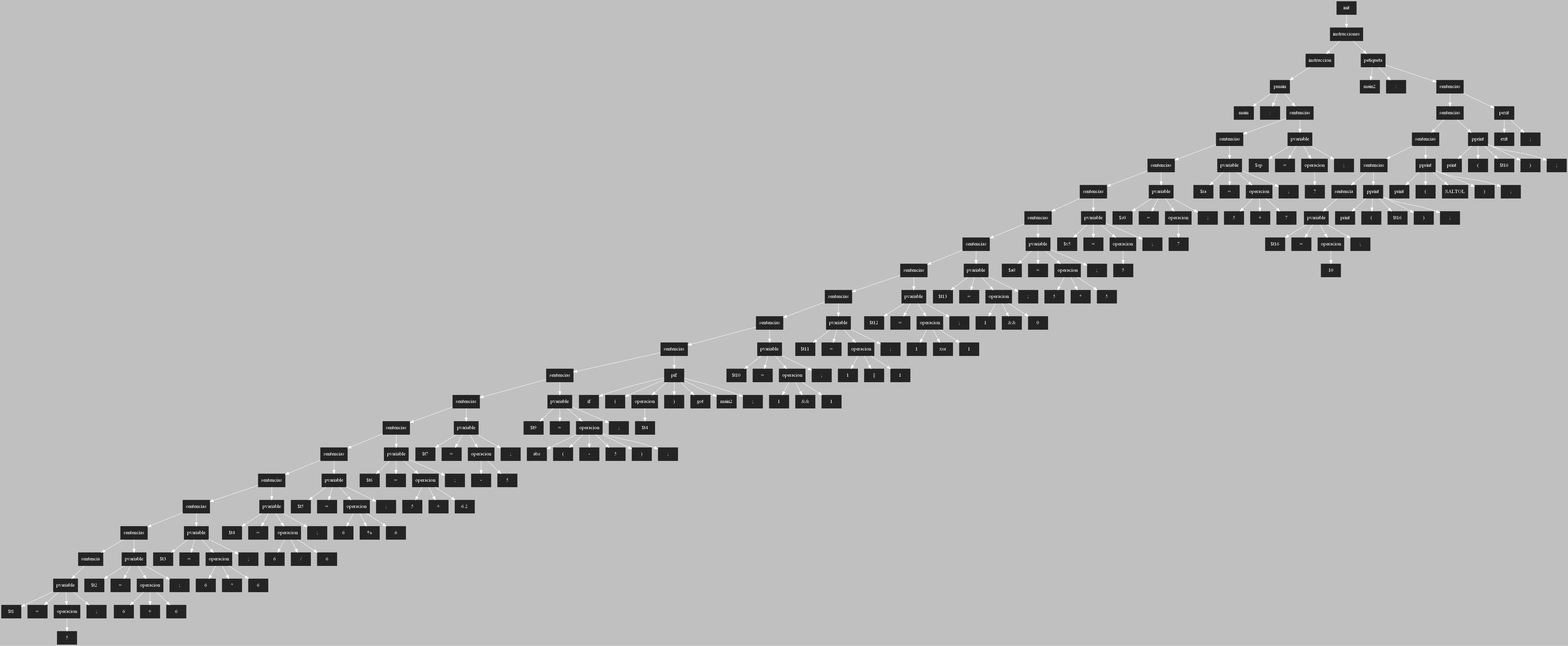
Before: ASPAscendente.png, a diagram exported from Graphviz (AndreeAvalos/OLC2-AUGUS). Its source is kept beside it as ASPAscendente.dot.
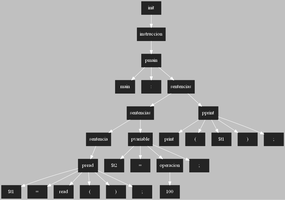
Later version of the same file.

What changed in the source:
```diff
@@ -3,400 +3,58 @@
  [shape=box, style=filled, color=gray14]
  rankdir=UD
  edge[color=white, dir=fordware]
-198[style = "filled" ; label = "init"]
-197[style = "filled" ; label = "instrucciones"]
-161[style = "filled" ; label = "instruccion"]
-158[style = "filled" ; label = "pmain"]
-159[style = "filled" ; label = "main"]
-160[style = "filled" ; label = ":"]
-157[style = "filled" ; label = "sentencias"]
-150[style = "filled" ; label = "sentencias"]
-141[style = "filled" ; label = "sentencias"]
-134[style = "filled" ; label = "sentencias"]
-127[style = "filled" ; label = "sentencias"]
-118[style = "filled" ; label = "sentencias"]
-109[style = "filled" ; label = "sentencias"]
-100[style = "filled" ; label = "sentencias"]
-91[style = "filled" ; label = "sentencias"]
-82[style = "filled" ; label = "sentencias"]
-72[style = "filled" ; label = "sentencias"]
-60[style = "filled" ; label = "sentencias"]
-52[style = "filled" ; label = "sentencias"]
-43[style = "filled" ; label = "sentencias"]
-34[style = "filled" ; label = "sentencias"]
-25[style = "filled" ; label = "sentencias"]
-16[style = "filled" ; label = "sentencias"]
-7[style = "filled" ; label = "sentencia"]
-3[style = "filled" ; label = "pvariable"]
-4[style = "filled" ; label = "$t1"]
-5[style = "filled" ; label = "="]
-2[style = "filled" ; label = "operacion"]
-1[style = "filled" ; label = "5"]
-6[style = "filled" ; label = ";"]
-12[style = "filled" ; label = "pvariable"]
-13[style = "filled" ; label = "$t2"]
-14[style = "filled" ; label = "="]
+27[style = "filled" ; label = "init"]
+26[style = "filled" ; label = "instruccion"]
+23[style = "filled" ; label = "pmain"]
+24[style = "filled" ; label = "main"]
+25[style = "filled" ; label = ":"]
+22[style = "filled" ; label = "sentencias"]
+15[style = "filled" ; label = "sentencias"]
+8[style = "filled" ; label = "sentencia"]
+1[style = "filled" ; label = "pread"]
+2[style = "filled" ; label = "$t1"]
+3[style = "filled" ; label = "="]
+4[style = "filled" ; label = "read"]
+5[style = "filled" ; label = "("]
+6[style = "filled" ; label = ")"]
+7[style = "filled" ; label = ";"]
+11[style = "filled" ; label = "pvariable"]
+12[style = "filled" ; label = "$t2"]
+13[style = "filled" ; label = "="]
 10[style = "filled" ; label = "operacion"]
-8[style = "filled" ; label = "6"]
-11[style = "filled" ; label = "+"]
-9[style = "filled" ; label = "6"]
-15[style = "filled" ; label = ";"]
-21[style = "filled" ; label = "pvariable"]
-22[style = "filled" ; label = "$t3"]
-23[style = "filled" ; label = "="]
-19[style = "filled" ; label = "operacion"]
-17[style = "filled" ; label = "6"]
-20[style = "filled" ; label = "*"]
-18[style = "filled" ; label = "6"]
-24[style = "filled" ; label = ";"]
-30[style = "filled" ; label = "pvariable"]
-31[style = "filled" ; label = "$t4"]
-32[style = "filled" ; label = "="]
-28[style = "filled" ; label = "operacion"]
-26[style = "filled" ; label = "6"]
-29[style = "filled" ; label = "/"]
-27[style = "filled" ; label = "6"]
-33[style = "filled" ; label = ";"]
-39[style = "filled" ; label = "pvariable"]
-40[style = "filled" ; label = "$t5"]
-41[style = "filled" ; label = "="]
-37[style = "filled" ; label = "operacion"]
-35[style = "filled" ; label = "6"]
-38[style = "filled" ; label = "%"]
-36[style = "filled" ; label = "6"]
-42[style = "filled" ; label = ";"]
-48[style = "filled" ; label = "pvariable"]
-49[style = "filled" ; label = "$t6"]
-50[style = "filled" ; label = "="]
-46[style = "filled" ; label = "operacion"]
-44[style = "filled" ; label = "5"]
-47[style = "filled" ; label = "+"]
-45[style = "filled" ; label = "6.2"]
-51[style = "filled" ; label = ";"]
-56[style = "filled" ; label = "pvariable"]
-57[style = "filled" ; label = "$t7"]
-58[style = "filled" ; label = "="]
-54[style = "filled" ; label = "operacion"]
-55[style = "filled" ; label = "-"]
-53[style = "filled" ; label = "5"]
-59[style = "filled" ; label = ";"]
-68[style = "filled" ; label = "pvariable"]
-69[style = "filled" ; label = "$t9"]
-70[style = "filled" ; label = "="]
-62[style = "filled" ; label = "operacion"]
-63[style = "filled" ; label = "abs"]
-64[style = "filled" ; label = "("]
-65[style = "filled" ; label = "-"]
-61[style = "filled" ; label = "5"]
-66[style = "filled" ; label = ")"]
-67[style = "filled" ; label = ";"]
-71[style = "filled" ; label = ";"]
-75[style = "filled" ; label = "pif"]
-76[style = "filled" ; label = "if"]
-77[style = "filled" ; label = "("]
-74[style = "filled" ; label = "operacion"]
-73[style = "filled" ; label = "$t4"]
-78[style = "filled" ; label = ")"]
-79[style = "filled" ; label = "got"]
-80[style = "filled" ; label = "main2"]
-81[style = "filled" ; label = ";"]
-87[style = "filled" ; label = "pvariable"]
-88[style = "filled" ; label = "$t10"]
-89[style = "filled" ; label = "="]
-85[style = "filled" ; label = "operacion"]
-83[style = "filled" ; label = "1"]
-86[style = "filled" ; label = "&&"]
-84[style = "filled" ; label = "1"]
-90[style = "filled" ; label = ";"]
-96[style = "filled" ; label = "pvariable"]
-97[style = "filled" ; label = "$t11"]
-98[style = "filled" ; label = "="]
-94[style = "filled" ; label = "operacion"]
-92[style = "filled" ; label = "1"]
-95[style = "filled" ; label = "||"]
-93[style = "filled" ; label = "1"]
-99[style = "filled" ; label = ";"]
-105[style = "filled" ; label = "pvariable"]
-106[style = "filled" ; label = "$t12"]
-107[style = "filled" ; label = "="]
-103[style = "filled" ; label = "operacion"]
-101[style = "filled" ; label = "1"]
-104[style = "filled" ; label = "xor"]
-102[style = "filled" ; label = "1"]
-108[style = "filled" ; label = ";"]
-114[style = "filled" ; label = "pvariable"]
-115[style = "filled" ; label = "$t13"]
-116[style = "filled" ; label = "="]
-112[style = "filled" ; label = "operacion"]
-110[style = "filled" ; label = "1"]
-113[style = "filled" ; label = "&&"]
-111[style = "filled" ; label = "0"]
-117[style = "filled" ; label = ";"]
-123[style = "filled" ; label = "pvariable"]
-124[style = "filled" ; label = "$a0"]
-125[style = "filled" ; label = "="]
-121[style = "filled" ; label = "operacion"]
-119[style = "filled" ; label = "5"]
-122[style = "filled" ; label = "*"]
-120[style = "filled" ; label = "5"]
-126[style = "filled" ; label = ";"]
-130[style = "filled" ; label = "pvariable"]
-131[style = "filled" ; label = "$v5"]
-132[style = "filled" ; label = "="]
-129[style = "filled" ; label = "operacion"]
-128[style = "filled" ; label = "5"]
-133[style = "filled" ; label = ";"]
-137[style = "filled" ; label = "pvariable"]
-138[style = "filled" ; label = "$s0"]
-139[style = "filled" ; label = "="]
-136[style = "filled" ; label = "operacion"]
-135[style = "filled" ; label = "7"]
-140[style = "filled" ; label = ";"]
-146[style = "filled" ; label = "pvariable"]
-147[style = "filled" ; label = "$ra"]
-148[style = "filled" ; label = "="]
-144[style = "filled" ; label = "operacion"]
-142[style = "filled" ; label = "5"]
-145[style = "filled" ; label = "+"]
-143[style = "filled" ; label = "7"]
-149[style = "filled" ; label = ";"]
-153[style = "filled" ; label = "pvariable"]
-154[style = "filled" ; label = "$sp"]
-155[style = "filled" ; label = "="]
-152[style = "filled" ; label = "operacion"]
-151[style = "filled" ; label = "7"]
-156[style = "filled" ; label = ";"]
-194[style = "filled" ; label = "petiqueta"]
-195[style = "filled" ; label = "main2"]
-196[style = "filled" ; label = ":"]
-193[style = "filled" ; label = "sentencias"]
-189[style = "filled" ; label = "sentencias"]
-182[style = "filled" ; label = "sentencias"]
-175[style = "filled" ; label = "sentencias"]
-168[style = "filled" ; label = "sentencia"]
-164[style = "filled" ; label = "pvariable"]
-165[style = "filled" ; label = "$t16"]
-166[style = "filled" ; label = "="]
-163[style = "filled" ; label = "operacion"]
-162[style = "filled" ; label = "10"]
-167[style = "filled" ; label = ";"]
-169[style = "filled" ; label = "pprint"]
-170[style = "filled" ; label = "print"]
-171[style = "filled" ; label = "("]
-172[style = "filled" ; label = "$t16"]
-173[style = "filled" ; label = ")"]
-174[style = "filled" ; label = ";"]
-176[style = "filled" ; label = "pprint"]
-177[style = "filled" ; label = "print"]
-178[style = "filled" ; label = "("]
-179[style = "filled" ; label = "SALTOL"]
-180[style = "filled" ; label = ")"]
-181[style = "filled" ; label = ";"]
-183[style = "filled" ; label = "pprint"]
-184[style = "filled" ; label = "print"]
-185[style = "filled" ; label = "("]
-186[style = "filled" ; label = "$t16"]
-187[style = "filled" ; label = ")"]
-188[style = "filled" ; label = ";"]
-190[style = "filled" ; label = "pexit"]
-191[style = "filled" ; label = "exit"]
-192[style = "filled" ; label = ";"]
-198->197;
-197->161;
-161->158;
-158->159;
-158->160;
-158->157;
-157->150;
-150->141;
-141->134;
-134->127;
-127->118;
-118->109;
-109->100;
-100->91;
-91->82;
-82->72;
-72->60;
-60->52;
-52->43;
-43->34;
-34->25;
-25->16;
-16->7;
-7->3;
-3->4;
-3->5;
-3->2;
-2->1;
-3->6;
-16->12;
-12->13;
-12->14;
-12->10;
-10->8;
-10->11;
+9[style = "filled" ; label = "100"]
+14[style = "filled" ; label = ";"]
+16[style = "filled" ; label = "pprint"]
+17[style = "filled" ; label = "print"]
+18[style = "filled" ; label = "("]
+19[style = "filled" ; label = "$t1"]
+20[style = "filled" ; label = ")"]
+21[style = "filled" ; label = ";"]
+27->26;
+26->23;
+23->24;
+23->25;
+23->22;
+22->15;
+15->8;
+8->1;
+1->2;
+1->3;
+1->4;
+1->5;
+1->6;
+1->7;
+15->11;
+11->12;
+11->13;
+11->10;
 10->9;
-12->15;
-25->21;
-21->22;
-21->23;
-21->19;
-19->17;
-19->20;
-19->18;
-21->24;
-34->30;
-30->31;
-30->32;
-30->28;
-28->26;
-28->29;
-28->27;
-30->33;
-43->39;
-39->40;
-39->41;
-39->37;
-37->35;
-37->38;
-37->36;
-39->42;
-52->48;
-48->49;
-48->50;
-48->46;
-46->44;
-46->47;
-46->45;
-48->51;
-60->56;
-56->57;
-56->58;
-56->54;
-54->55;
-54->53;
-56->59;
-72->68;
-68->69;
-68->70;
-68->62;
-62->63;
-62->64;
-62->65;
-62->61;
-62->66;
-62->67;
-68->71;
-82->75;
-75->76;
-75->77;
-75->74;
-74->73;
-75->78;
-75->79;
-75->80;
-75->81;
-91->87;
-87->88;
-87->89;
-87->85;
-85->83;
-85->86;
-85->84;
-87->90;
-100->96;
-96->97;
-96->98;
-96->94;
-94->92;
-94->95;
-94->93;
-96->99;
-109->105;
-105->106;
-105->107;
-105->103;
-103->101;
-103->104;
-103->102;
-105->108;
-118->114;
-114->115;
-114->116;
-114->112;
-112->110;
-112->113;
-112->111;
-114->117;
-127->123;
-123->124;
-123->125;
-123->121;
-121->119;
-121->122;
-121->120;
-123->126;
-134->130;
-130->131;
-130->132;
-130->129;
-129->128;
-130->133;
-141->137;
-137->138;
-137->139;
-137->136;
-136->135;
-137->140;
-150->146;
-146->147;
-146->148;
-146->144;
-144->142;
-144->145;
-144->143;
-146->149;
-157->153;
-153->154;
-153->155;
-153->152;
-152->151;
-153->156;
-197->194;
-194->195;
-194->196;
-194->193;
-193->189;
-189->182;
-182->175;
-175->168;
-168->164;
-164->165;
-164->166;
-164->163;
-163->162;
-164->167;
-175->169;
-169->170;
-169->171;
-169->172;
-169->173;
-169->174;
-182->176;
-176->177;
-176->178;
-176->179;
-176->180;
-176->181;
-189->183;
-183->184;
-183->185;
-183->186;
-183->187;
-183->188;
-193->190;
-190->191;
-190->192;
+11->14;
+22->16;
+16->17;
+16->18;
+16->19;
+16->20;
+16->21;
 
 }
```
